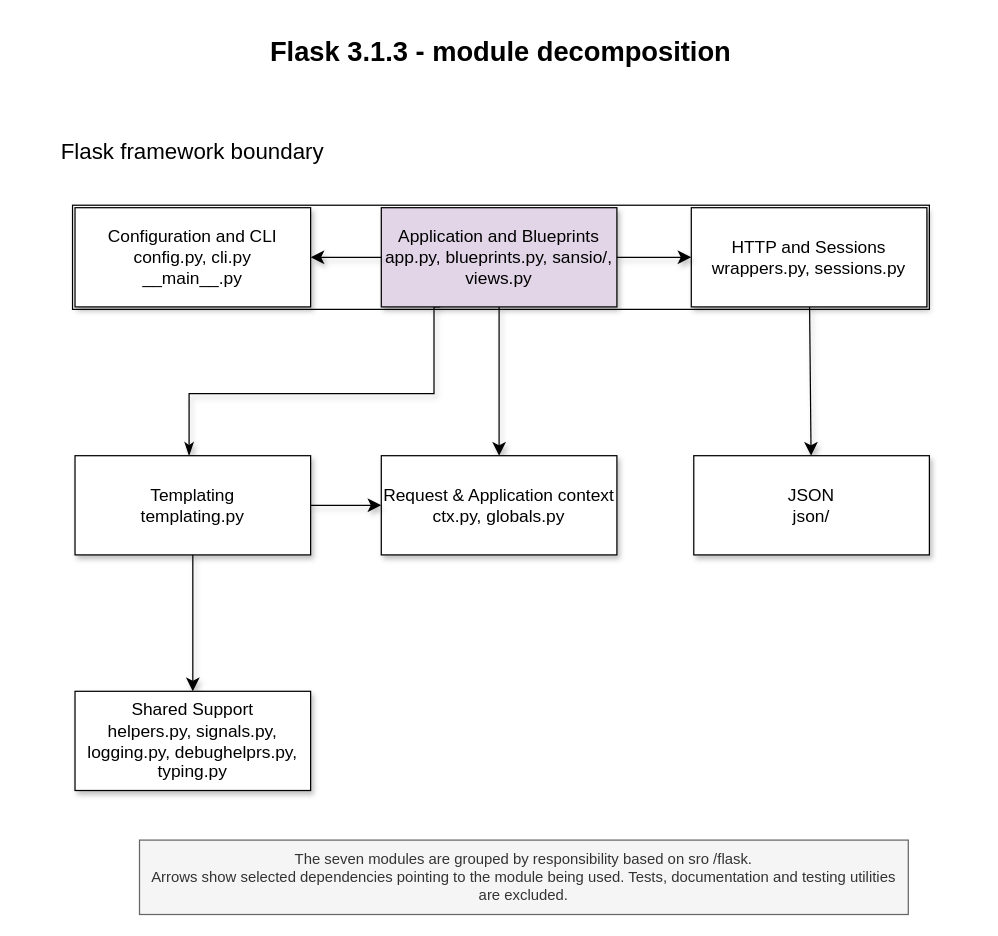
Marah18/flask-analysis-assignment2 keeps this draw.io diagram as diagrams/figure1-decomposition.drawio. Above is the earlier version. Source tidied: cells renumbered, new cells numbered last; positions are measured from the earlier drawing's top-left corner, leaving out a move shared by most shapes. Both pictures are drawn from the tidied source at 124%, with x=0, y=0 at pixel (43, 21).
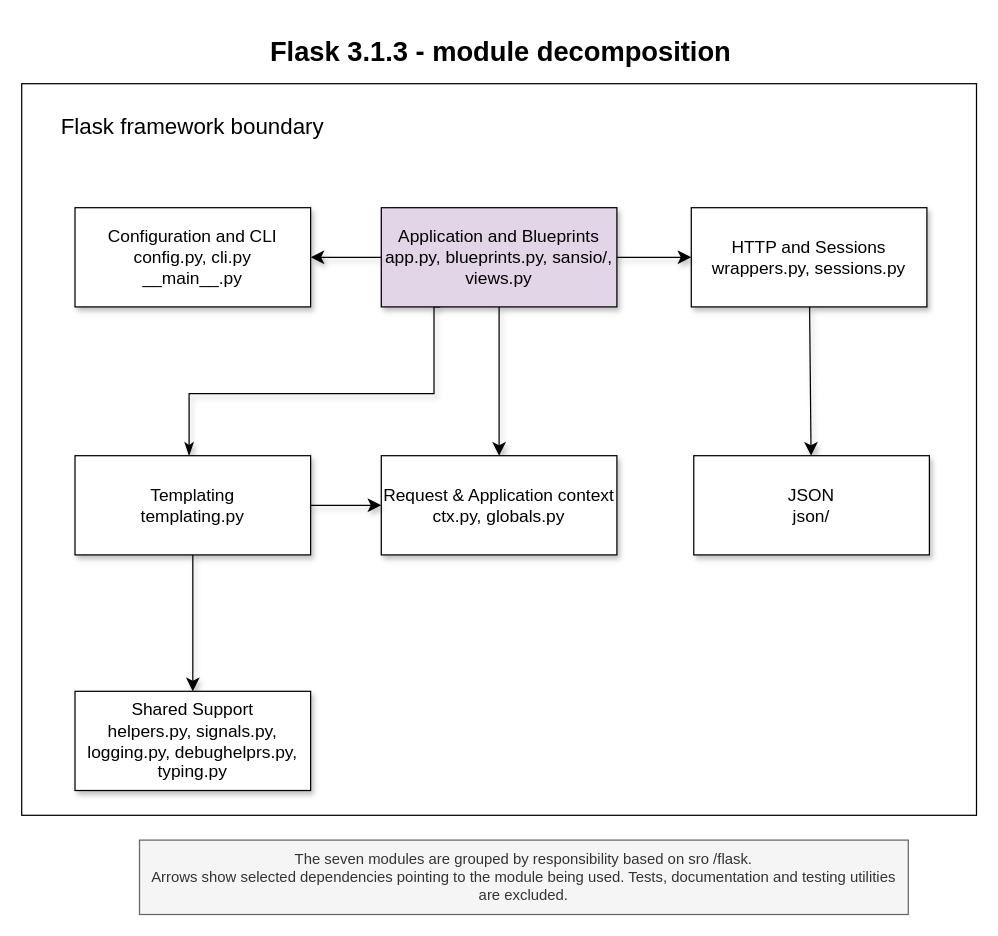
After the change.

What changed in the source:
```diff
@@
     <mxCell id="2" value="&lt;font style=&quot;font-size: 18px;&quot;&gt;Flask framework boundary&lt;/font&gt;" style="text;html=1;whiteSpace=wrap;strokeColor=none;fillColor=none;align=center;verticalAlign=middle;rounded=0;fontSize=16;" parent="1" vertex="1">
-      <mxGeometry y="70" width="240" height="70" as="geometry" />
+      <mxGeometry y="50" width="240" height="70" as="geometry" />
     </mxCell>
@@
-    <mxCell id="12" style="whiteSpace=wrap;html=1;glass=0;opacity=0;opacityGroup=1;gradientColor=none;fillStyle=dashed;fillColor=#000000;" parent="1" vertex="1">
-      <mxGeometry x="487" width="80" height="80" as="geometry" />
-    </mxCell>
-    <mxCell id="13" style="group;groupPadding=2;rounded=0;strokeColor=default;" parent="1" vertex="1">
-      <mxGeometry x="23" y="148" width="691" height="84" as="geometry" />
+    <mxCell id="13" style="group;groupPadding=0;rounded=0;strokeColor=default;" parent="1" vertex="1">
+      <mxGeometry x="-18" y="50" width="770" height="590" as="geometry" />
     </mxCell>
+    <mxCell id="19" value="&lt;font&gt;The seven modules are grouped by responsibility based on sro /flask.&lt;/font&gt;&lt;div&gt;&lt;font&gt;Arrows show selected dependencies pointing to the module being used. Tests, documentation and testing utilities are excluded.&lt;/font&gt;&lt;/div&gt;" style="whiteSpace=wrap;html=1;fillColor=#f5f5f5;fontColor=#333333;strokeColor=#666666;" parent="1" vertex="1">
+      <mxGeometry x="77" y="660" width="620" height="60" as="geometry" />
+    </mxCell>
+    <mxCell id="20" value="&lt;b&gt;Flask 3.1.3 - module decomposition&lt;/b&gt;" style="text;html=1;whiteSpace=wrap;strokeColor=none;fillColor=none;align=center;verticalAlign=middle;rounded=0;fontSize=22;" parent="1" vertex="1">
+      <mxGeometry x="161" y="10" width="415" height="30" as="geometry" />
+    </mxCell>
-    <mxCell id="14" value="&lt;font style=&quot;font-size: 14px;&quot;&gt;Application and Blueprints&lt;/font&gt;&lt;div&gt;&lt;font style=&quot;font-size: 14px;&quot;&gt;app.py, blueprints.py, sansio/, views.py&lt;/font&gt;&lt;/div&gt;" style="rounded=0;whiteSpace=wrap;html=1;fillColor=#e1d5e7;strokeColor=default;shadow=1;" parent="13" vertex="1">
-      <mxGeometry x="249" y="2" width="190" height="80" as="geometry" />
+    <mxCell id="14" value="&lt;font style=&quot;font-size: 14px;&quot;&gt;Application and Blueprints&lt;/font&gt;&lt;div&gt;&lt;font style=&quot;font-size: 14px;&quot;&gt;app.py, blueprints.py, sansio/, views.py&lt;/font&gt;&lt;/div&gt;" style="rounded=0;whiteSpace=wrap;html=1;fillColor=#e1d5e7;strokeColor=default;shadow=1;" parent="1" vertex="1">
+      <mxGeometry x="272" y="150" width="190" height="80" as="geometry" />
     </mxCell>
-    <mxCell id="15" value="&lt;font style=&quot;font-size: 14px;&quot;&gt;Configuration and CLI&lt;/font&gt;&lt;div&gt;&lt;font style=&quot;font-size: 14px;&quot;&gt;config.py, cli.py&lt;/font&gt;&lt;/div&gt;&lt;div&gt;&lt;font style=&quot;font-size: 14px;&quot;&gt;__main__.py&lt;/font&gt;&lt;/div&gt;" style="rounded=0;whiteSpace=wrap;html=1;shadow=1;strokeColor=default;" parent="13" vertex="1">
-      <mxGeometry x="2" y="2" width="190" height="80" as="geometry" />
+    <mxCell id="15" value="&lt;font style=&quot;font-size: 14px;&quot;&gt;Configuration and CLI&lt;/font&gt;&lt;div&gt;&lt;font style=&quot;font-size: 14px;&quot;&gt;config.py, cli.py&lt;/font&gt;&lt;/div&gt;&lt;div&gt;&lt;font style=&quot;font-size: 14px;&quot;&gt;__main__.py&lt;/font&gt;&lt;/div&gt;" style="rounded=0;whiteSpace=wrap;html=1;shadow=1;strokeColor=default;" parent="1" vertex="1">
+      <mxGeometry x="25" y="150" width="190" height="80" as="geometry" />
     </mxCell>
-    <mxCell id="16" value="&lt;font style=&quot;font-size: 14px;&quot;&gt;HTTP and Sessions&lt;/font&gt;&lt;div&gt;&lt;font style=&quot;font-size: 14px;&quot;&gt;wrappers.py, sessions.py&lt;/font&gt;&lt;/div&gt;" style="rounded=0;whiteSpace=wrap;html=1;shadow=1;strokeColor=default;" parent="13" vertex="1">
-      <mxGeometry x="499" y="2" width="190" height="80" as="geometry" />
+    <mxCell id="16" value="&lt;font style=&quot;font-size: 14px;&quot;&gt;HTTP and Sessions&lt;/font&gt;&lt;div&gt;&lt;font style=&quot;font-size: 14px;&quot;&gt;wrappers.py, sessions.py&lt;/font&gt;&lt;/div&gt;" style="rounded=0;whiteSpace=wrap;html=1;shadow=1;strokeColor=default;" parent="1" vertex="1">
+      <mxGeometry x="522" y="150" width="190" height="80" as="geometry" />
     </mxCell>
-    <mxCell id="17" style="edgeStyle=none;curved=1;rounded=0;curveGeometry=1;jettySize=auto;html=1;fontSize=12;startSize=8;endSize=8;shadow=1;strokeColor=default;" parent="13" edge="1" source="14" target="15">
+    <mxCell id="17" style="edgeStyle=none;curved=1;rounded=0;curveGeometry=1;jettySize=auto;html=1;fontSize=12;startSize=8;endSize=8;shadow=1;strokeColor=default;" parent="1" edge="1" source="14" target="15">
       <mxGeometry relative="1" as="geometry" />
     </mxCell>
-    <mxCell id="18" style="edgeStyle=none;curved=1;rounded=0;curveGeometry=1;jettySize=auto;html=1;fontSize=12;startSize=8;endSize=8;shadow=1;strokeColor=default;" parent="13" edge="1" source="14" target="16">
+    <mxCell id="18" style="edgeStyle=none;curved=1;rounded=0;curveGeometry=1;jettySize=auto;html=1;fontSize=12;startSize=8;endSize=8;shadow=1;strokeColor=default;" parent="1" edge="1" source="14" target="16">
       <mxGeometry relative="1" as="geometry" />
     </mxCell>
-    <mxCell id="19" value="&lt;font&gt;The seven modules are grouped by responsibility based on sro /flask.&lt;/font&gt;&lt;div&gt;&lt;font&gt;Arrows show selected dependencies pointing to the module being used. Tests, documentation and testing utilities are excluded.&lt;/font&gt;&lt;/div&gt;" style="whiteSpace=wrap;html=1;fillColor=#f5f5f5;fontColor=#333333;strokeColor=#666666;" parent="1" vertex="1">
-      <mxGeometry x="77" y="660" width="620" height="60" as="geometry" />
-    </mxCell>
-    <mxCell id="20" value="&lt;b&gt;Flask 3.1.3 - module decomposition&lt;/b&gt;" style="text;html=1;whiteSpace=wrap;strokeColor=none;fillColor=none;align=center;verticalAlign=middle;rounded=0;fontSize=22;" parent="1" vertex="1">
-      <mxGeometry x="161" y="10" width="415" height="30" as="geometry" />
-    </mxCell>
```
